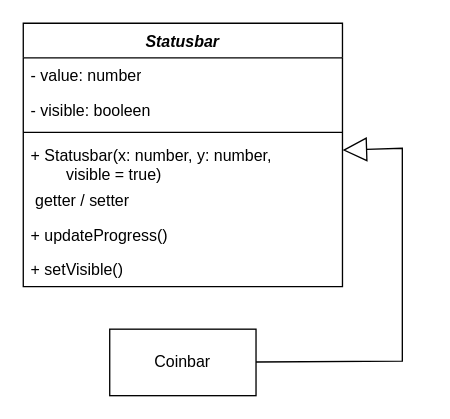
This is docs/issue/93-diagram.drawio from elma1989/el-pollo-loco, a draw.io file, before an edit. Source tidied: cells renumbered, new cells numbered last; positions are measured from the earlier drawing's top-left corner, leaving out a move shared by most shapes. Both pictures are drawn from the tidied source at 133%, with x=0, y=0 at pixel (23, 23).
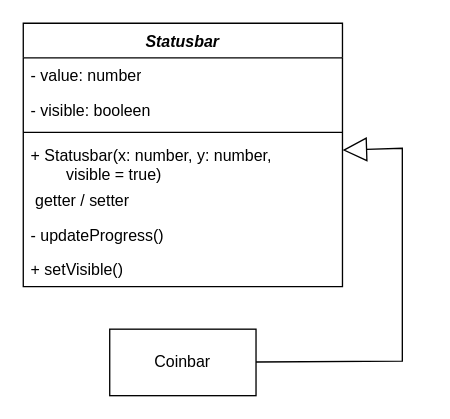
Above is the later version.

Change to the diagram source:
```diff
@@
 <mxGraphModel>
   <root>
     <mxCell id="0" />
     <mxCell id="1" parent="0" />
     <mxCell id="2" value="Statusbar" style="swimlane;fontStyle=3;align=center;verticalAlign=top;horizontal=1;startSize=26;whiteSpace=wrap;html=1;" parent="1" vertex="1">
       <mxGeometry width="240" height="198" as="geometry" />
     </mxCell>
     <mxCell id="3" value="- value: number" style="text;strokeColor=none;fillColor=none;align=left;verticalAlign=top;spacingLeft=4;spacingRight=4;overflow=hidden;whiteSpace=wrap;html=1;" parent="2" vertex="1">
       <mxGeometry y="26" width="240" height="26" as="geometry" />
     </mxCell>
     <mxCell id="4" value="- visible: booleen" style="text;strokeColor=none;fillColor=none;align=left;verticalAlign=top;spacingLeft=4;spacingRight=4;overflow=hidden;whiteSpace=wrap;html=1;" parent="2" vertex="1">
       <mxGeometry y="52" width="240" height="26" as="geometry" />
     </mxCell>
     <mxCell id="5" style="line;strokeWidth=1;fillColor=none;align=left;verticalAlign=middle;spacingTop=-1;spacingLeft=3;spacingRight=3;labelPosition=right;strokeColor=inherit;" parent="2" vertex="1">
       <mxGeometry y="78" width="240" height="8" as="geometry" />
     </mxCell>
     <mxCell id="6" value="+ Statusbar(x: number, y: number,&lt;div&gt;&lt;span style=&quot;white-space: pre;&quot;&gt;&#9;&lt;/span&gt;visible = true)&lt;/div&gt;" style="text;strokeColor=none;fillColor=none;align=left;verticalAlign=top;spacingLeft=4;spacingRight=4;overflow=hidden;whiteSpace=wrap;html=1;" parent="2" vertex="1">
       <mxGeometry y="86" width="240" height="34" as="geometry" />
     </mxCell>
     <mxCell id="7" value="&amp;nbsp;getter / setter" style="text;strokeColor=none;fillColor=none;align=left;verticalAlign=top;spacingLeft=4;spacingRight=4;overflow=hidden;whiteSpace=wrap;html=1;" parent="2" vertex="1">
       <mxGeometry y="120" width="240" height="26" as="geometry" />
     </mxCell>
-    <mxCell id="8" value="+ updateProgress()" style="text;strokeColor=none;fillColor=none;align=left;verticalAlign=top;spacingLeft=4;spacingRight=4;overflow=hidden;whiteSpace=wrap;html=1;" parent="2" vertex="1">
+    <mxCell id="8" value="- updateProgress()" style="text;strokeColor=none;fillColor=none;align=left;verticalAlign=top;spacingLeft=4;spacingRight=4;overflow=hidden;whiteSpace=wrap;html=1;" parent="2" vertex="1">
       <mxGeometry y="146" width="240" height="26" as="geometry" />
     </mxCell>
     <mxCell id="9" value="+ setVisible()" style="text;strokeColor=none;fillColor=none;align=left;verticalAlign=top;spacingLeft=4;spacingRight=4;overflow=hidden;whiteSpace=wrap;html=1;" parent="2" vertex="1">
       <mxGeometry y="172" width="240" height="26" as="geometry" />
     </mxCell>
     <mxCell id="10" value="Coinbar" style="html=1;whiteSpace=wrap;fontStyle=0;" parent="1" vertex="1">
       <mxGeometry x="65" y="230" width="110" height="50" as="geometry" />
     </mxCell>
     <mxCell id="11" style="endArrow=block;endSize=16;endFill=0;html=1;rounded=0;" parent="1" edge="1" source="10" target="2">
       <mxGeometry relative="1" as="geometry">
         <Array as="points">
           <mxPoint x="285" y="254" />
           <mxPoint x="285" y="94" />
         </Array>
       </mxGeometry>
     </mxCell>
   </root>
 </mxGraphModel>
```
